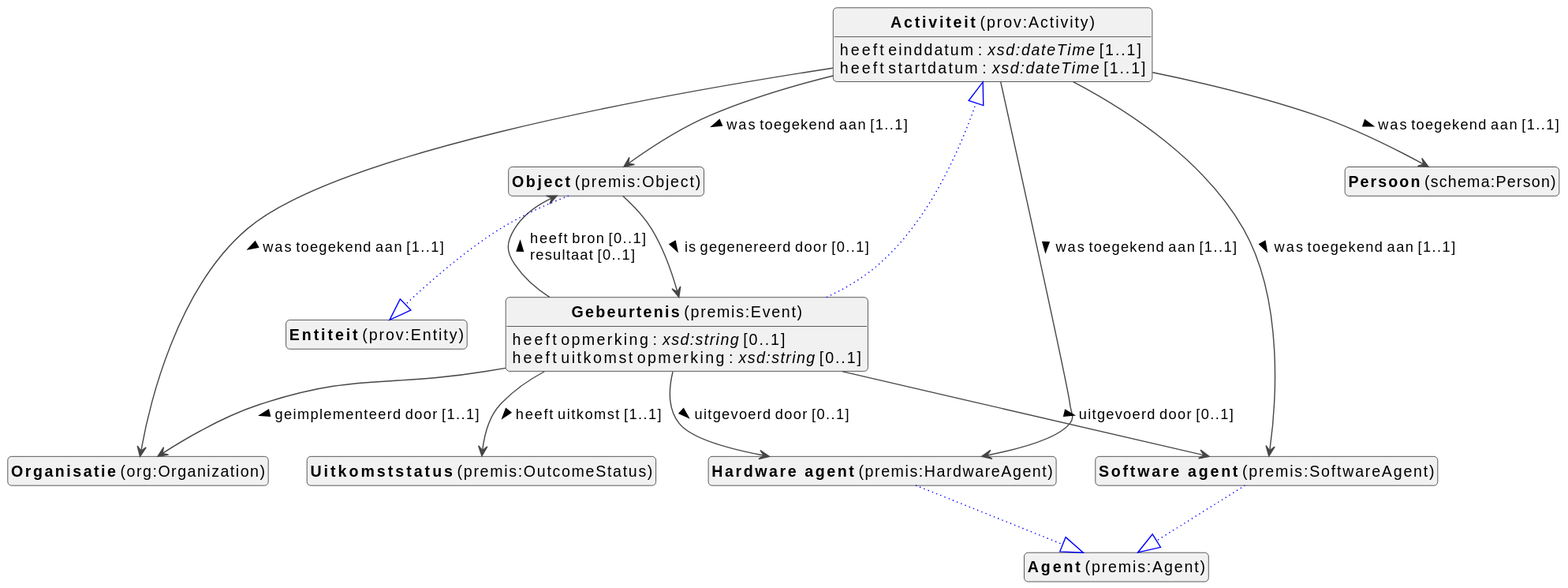
Above: docs/metadata/knowledge-graph/0.0.1/events/nl/events-diagram.svg in viaacode/documentation-jekyll (PlantUML), before the change.
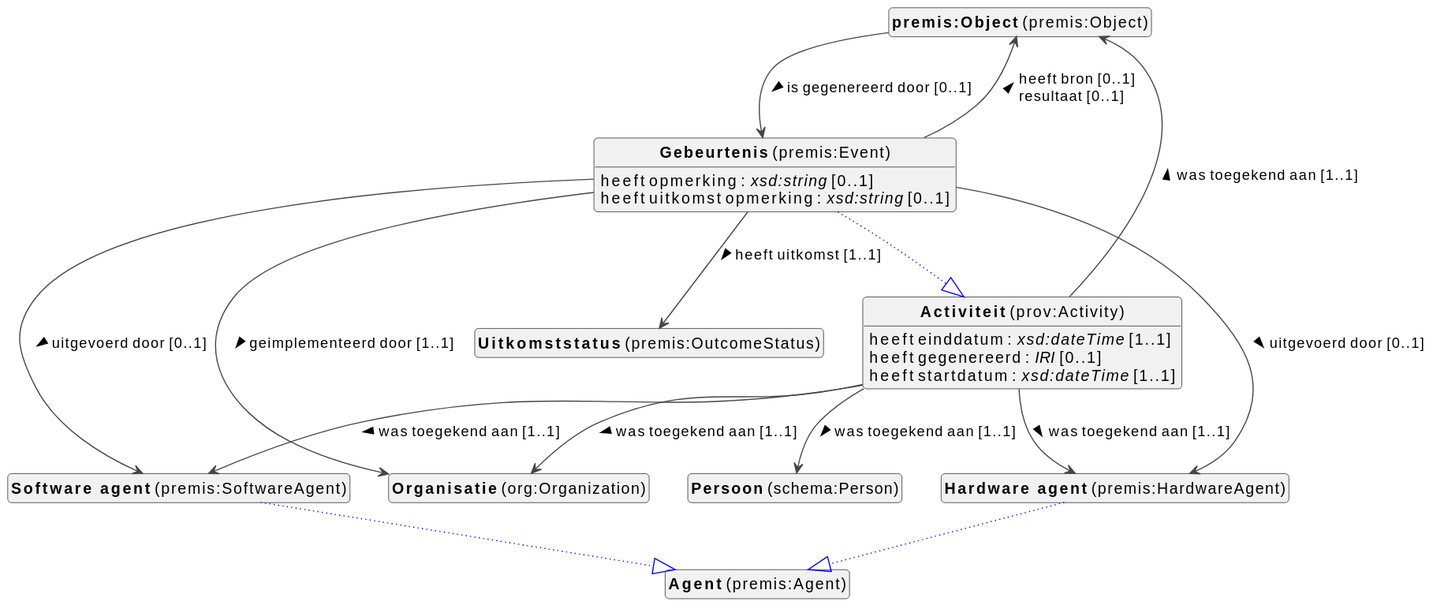
After the commit.

The edit, as a diff of the source:
```diff
@@ -10,21 +10,28 @@
 top to bottom direction
 
 
+class "<b>premis:Object</b> (premis:Object)" as premis_Object [[#premis%3AObject]]
+class "<b>Organisatie</b> (org:Organization)" as org_Organization [[../../organization/nl#org%3AOrganization]]
+class "<b>Persoon</b> (schema:Person)" as schema_Person [[../../organization/nl#schema%3APerson]]
 class "<b>Activiteit</b> (prov:Activity)" as prov_Activity [[#prov%3AActivity]]
 class "<b>Gebeurtenis</b> (premis:Event)" as premis_Event [[#premis%3AEvent]]
 class "<b>Activiteit</b> (prov:Activity)" as prov_Activity [[#prov%3AActivity]]
-class "<b>Object</b> (premis:Object)" as premis_Object [[#premis%3AObject]]
-class "<b>Entiteit</b> (prov:Entity)" as prov_Entity [[#prov%3AEntity]]
-class "<b>Organisatie</b> (org:Organization)" as org_Organization [[#org%3AOrganization]]
-class "<b>Persoon</b> (schema:Person)" as schema_Person [[#schema%3APerson]]
 class "<b>Hardware agent</b> (premis:HardwareAgent)" as premis_HardwareAgent [[#premis%3AHardwareAgent]]
 class "<b>Agent</b> (premis:Agent)" as premis_Agent [[#premis%3AAgent]]
-class "<b>Uitkomststatus</b> (premis:OutcomeStatus)" as premis_OutcomeStatus [[#premis%3AOutcomeStatus]]
 class "<b>Software agent</b> (premis:SoftwareAgent)" as premis_SoftwareAgent [[#premis%3ASoftwareAgent]]
 class "<b>Agent</b> (premis:Agent)" as premis_Agent [[#premis%3AAgent]]
+class "<b>Uitkomststatus</b> (premis:OutcomeStatus)" as premis_OutcomeStatus [[#premis%3AOutcomeStatus]]
+
+
+premis_Object --> premis_Event :is gegenereerd door [0..1]  >
+
+
+
+
 
 
 prov_Activity : heeft einddatum : <i>xsd:dateTime</i> [1..1]
+prov_Activity : heeft gegenereerd : <i>IRI</i> [0..1]
 prov_Activity : heeft startdatum : <i>xsd:dateTime</i> [1..1]
 
 prov_Activity --> org_Organization :was toegekend aan [1..1]  >
@@ -45,20 +52,12 @@
 premis_Event --> premis_SoftwareAgent :uitgevoerd door [0..1]  >
 
 
-premis_Object --|> prov_Entity #blue;line.dotted;text:blue
-
-premis_Object --> premis_Event :is gegenereerd door [0..1]  >
-
-
-
-
-
 premis_HardwareAgent --|> premis_Agent #blue;line.dotted;text:blue
 
 
+premis_SoftwareAgent --|> premis_Agent #blue;line.dotted;text:blue
 
 
-premis_SoftwareAgent --|> premis_Agent #blue;line.dotted;text:blue
 
 
 
```
